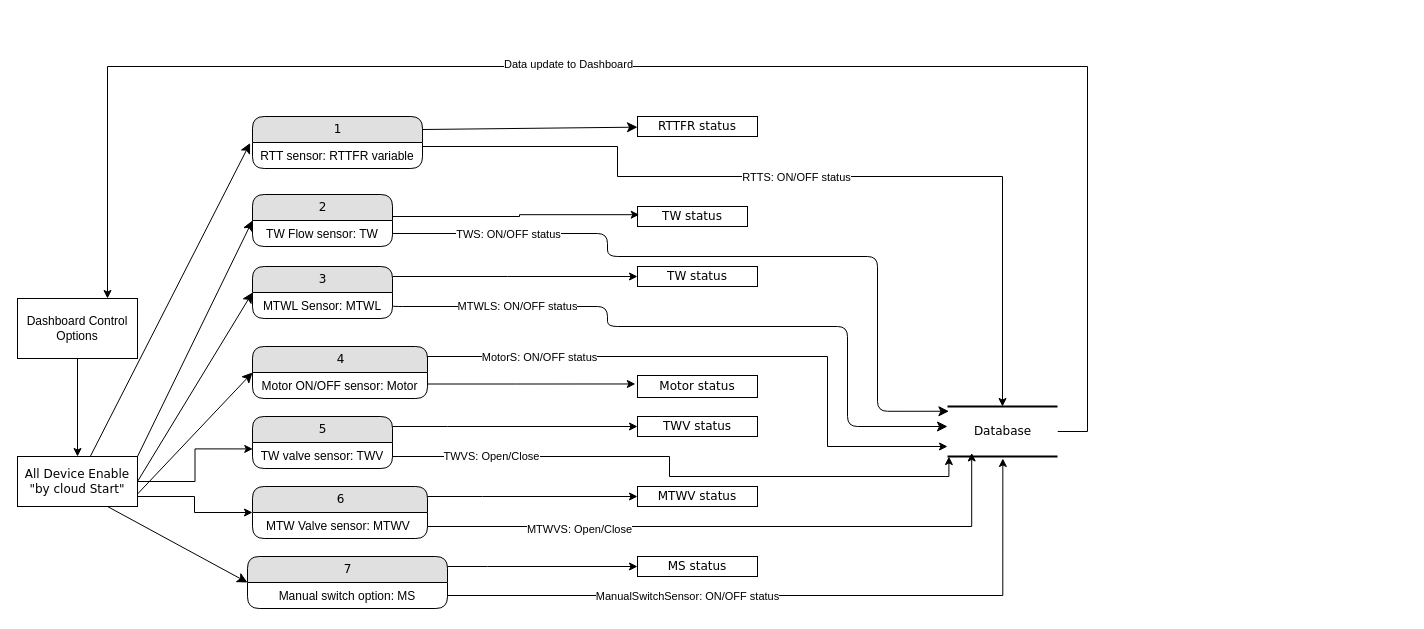
The draw.io diagram HydroSense IoT.drawio in ThorPandit/HydroSense-IoT, before the edit. Source tidied: cells renumbered, new cells numbered last; positions are measured from the earlier drawing's top-left corner, leaving out a move shared by most shapes. Both pictures are drawn from the tidied source at 100%, with x=0, y=0 at pixel (17, 66).
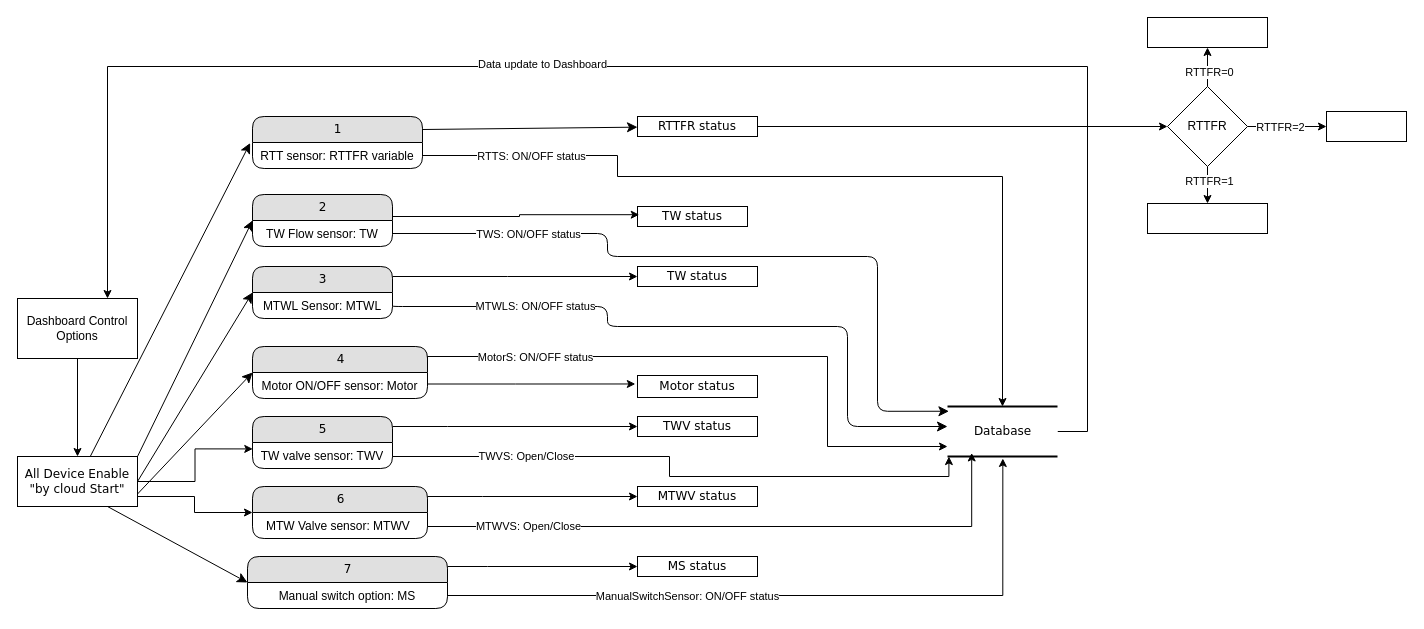
The same diagram, later.

Unchanged cells that the change refers to:
```xml
<mxCell id="2" style="edgeStyle=orthogonalEdgeStyle;rounded=0;jettySize=auto;html=1;entryX=0.75;entryY=0;entryDx=0;entryDy=0;" parent="1" edge="1" source="4" target="37">
  <mxGeometry relative="1" as="geometry">
    <Array as="points">
      <mxPoint x="1070" y="365" />
      <mxPoint x="1070" />
      <mxPoint x="90" />
    </Array>
  </mxGeometry>
</mxCell>
<mxCell id="4" value="Database" style="html=1;rounded=0;shadow=0;comic=0;labelBackgroundColor=none;strokeWidth=2;fontFamily=Verdana;fontSize=12;align=center;shape=mxgraph.ios7ui.horLines;" parent="1" vertex="1">
  <mxGeometry x="930" y="340" width="110" height="50" as="geometry" />
</mxCell>
<mxCell id="5" value="RTTFR status" style="whiteSpace=wrap;html=1;rounded=0;shadow=0;comic=0;labelBackgroundColor=none;strokeWidth=1;fontFamily=Verdana;fontSize=12;align=center;" parent="1" vertex="1">
  <mxGeometry x="620" y="50" width="120" height="20" as="geometry" />
</mxCell>
<mxCell id="11" value="RTT sensor: RTTFR variable" style="text;html=1;strokeColor=none;fillColor=none;spacingLeft=4;spacingRight=4;whiteSpace=wrap;overflow=hidden;points=[[0,0.5],[1,0.5]];portConstraint=eastwest;align=center;" parent="10" vertex="1">
  <mxGeometry y="26" width="170" height="26" as="geometry" />
</mxCell>
<mxCell id="26" style="edgeStyle=orthogonalEdgeStyle;html=1;labelBackgroundColor=none;startFill=0;startSize=8;endFill=1;endSize=8;fontFamily=Verdana;fontSize=12;exitX=1;exitY=0.5;exitDx=0;exitDy=0;entryX=0.013;entryY=0.095;entryDx=0;entryDy=0;entryPerimeter=0;" parent="1" edge="1" source="13" target="4">
  <mxGeometry relative="1" as="geometry">
    <Array as="points">
      <mxPoint x="590" y="167" />
      <mxPoint x="590" y="190" />
      <mxPoint x="860" y="190" />
      <mxPoint x="860" y="345" />
    </Array>
  </mxGeometry>
</mxCell>
<mxCell id="28" style="edgeStyle=orthogonalEdgeStyle;html=1;labelBackgroundColor=none;startFill=0;startSize=8;endFill=1;endSize=8;fontFamily=Verdana;fontSize=12;exitX=1;exitY=0.5;exitDx=0;exitDy=0;entryX=0;entryY=0.4;entryDx=0;entryDy=0;entryPerimeter=0;" parent="1" edge="1" source="17" target="4">
  <mxGeometry relative="1" as="geometry">
    <Array as="points">
      <mxPoint x="375" y="240" />
      <mxPoint x="590" y="240" />
      <mxPoint x="590" y="260" />
      <mxPoint x="830" y="260" />
      <mxPoint x="830" y="360" />
    </Array>
  </mxGeometry>
</mxCell>
<mxCell id="32" style="edgeStyle=orthogonalEdgeStyle;rounded=0;jettySize=auto;html=1;exitX=1;exitY=0.25;exitDx=0;exitDy=0;" parent="1" edge="1" source="19" target="4">
  <mxGeometry relative="1" as="geometry">
    <Array as="points">
      <mxPoint x="410" y="290" />
      <mxPoint x="810" y="290" />
      <mxPoint x="810" y="380" />
    </Array>
  </mxGeometry>
</mxCell>
<mxCell id="47" style="edgeStyle=orthogonalEdgeStyle;rounded=0;jettySize=auto;html=1;entryX=0.013;entryY=1.001;entryDx=0;entryDy=0;entryPerimeter=0;" parent="1" edge="1" source="42" target="4">
  <mxGeometry relative="1" as="geometry">
    <Array as="points">
      <mxPoint x="652" y="390" />
      <mxPoint x="652" y="410" />
      <mxPoint x="931" y="410" />
    </Array>
  </mxGeometry>
</mxCell>
<mxCell id="54" style="edgeStyle=orthogonalEdgeStyle;rounded=0;jettySize=auto;html=1;entryX=0.22;entryY=0.929;entryDx=0;entryDy=0;entryPerimeter=0;" parent="1" edge="1" source="44" target="4">
  <mxGeometry relative="1" as="geometry">
    <Array as="points">
      <mxPoint x="954" y="460" />
    </Array>
  </mxGeometry>
</mxCell>
```

Diff of the diagram source:
```diff
@@
     <mxCell id="3" value="Data update to Dashboard" style="edgeLabel;html=1;align=center;verticalAlign=middle;" parent="2" vertex="1">
       <mxGeometry x="-0.51" y="1" relative="1" as="geometry">
-        <mxPoint x="-519" y="-4" as="offset" />
+        <mxPoint x="-545" y="-4" as="offset" />
       </mxGeometry>
     </mxCell>
@@
+    <mxCell id="57" style="edgeStyle=orthogonalEdgeStyle;rounded=0;jettySize=auto;html=1;entryX=0;entryY=0.5;entryDx=0;entryDy=0;" parent="1" edge="1" source="5" target="64">
+      <mxGeometry relative="1" as="geometry" />
+    </mxCell>
@@
     <mxCell id="27" value="TWS: ON/OFF status" style="edgeLabel;html=1;align=center;verticalAlign=middle;" parent="26" vertex="1">
       <mxGeometry x="0.13" y="1" relative="1" as="geometry">
-        <mxPoint x="-277" y="-22" as="offset" />
+        <mxPoint x="-257" y="-22" as="offset" />
       </mxGeometry>
     </mxCell>
@@
     <mxCell id="29" value="MTWLS: ON/OFF status" style="edgeLabel;html=1;align=center;verticalAlign=middle;" parent="28" vertex="1">
       <mxGeometry x="-0.15" y="-2" relative="1" as="geometry">
-        <mxPoint x="-142" y="-23" as="offset" />
+        <mxPoint x="-124" y="-23" as="offset" />
       </mxGeometry>
     </mxCell>
     <mxCell id="30" style="edgeStyle=orthogonalEdgeStyle;rounded=0;jettySize=auto;html=1;exitX=1;exitY=0.5;exitDx=0;exitDy=0;" parent="1" edge="1" source="11" target="4">
       <mxGeometry relative="1" as="geometry">
         <Array as="points">
-          <mxPoint x="405" y="80" />
-          <mxPoint x="600" y="80" />
+          <mxPoint x="600" y="89" />
           <mxPoint x="600" y="110" />
           <mxPoint x="985" y="110" />
         </Array>
       </mxGeometry>
     </mxCell>
     <mxCell id="31" value="RTTS: ON/OFF status" style="edgeLabel;html=1;align=center;verticalAlign=middle;" parent="30" vertex="1">
       <mxGeometry x="-0.03" y="3" relative="1" as="geometry">
-        <mxPoint y="3" as="offset" />
+        <mxPoint x="-274" y="-18" as="offset" />
       </mxGeometry>
     </mxCell>
@@
     <mxCell id="33" value="MotorS: ON/OFF status" style="edgeLabel;html=1;align=center;verticalAlign=middle;" parent="32" vertex="1">
       <mxGeometry x="-0.26" y="-2" relative="1" as="geometry">
-        <mxPoint x="-113" y="-2" as="offset" />
+        <mxPoint x="-117" y="-2" as="offset" />
       </mxGeometry>
     </mxCell>
@@
     <mxCell id="48" value="TWVS: Open/Close" style="edgeLabel;html=1;align=center;verticalAlign=middle;" parent="47" vertex="1">
-      <mxGeometry x="-0.67" y="1" relative="1" as="geometry" />
+      <mxGeometry x="-0.67" y="1" relative="1" as="geometry">
+        <mxPoint x="35" as="offset" />
+      </mxGeometry>
     </mxCell>
@@
     <mxCell id="55" value="MTWVS: Open/Close" style="edgeLabel;html=1;align=center;verticalAlign=middle;" parent="54" vertex="1">
-      <mxGeometry x="-0.51" y="-2" relative="1" as="geometry" />
+      <mxGeometry x="-0.51" y="-2" relative="1" as="geometry">
+        <mxPoint x="-51" y="-3" as="offset" />
+      </mxGeometry>
     </mxCell>
@@
+    <mxCell id="58" style="edgeStyle=orthogonalEdgeStyle;rounded=0;jettySize=auto;html=1;" parent="1" edge="1" source="64" target="65">
+      <mxGeometry relative="1" as="geometry" />
+    </mxCell>
+    <mxCell id="59" value="RTTFR=1" style="edgeLabel;html=1;align=center;verticalAlign=middle;" parent="58" vertex="1">
+      <mxGeometry x="0.11" y="1" relative="1" as="geometry">
+        <mxPoint y="-4" as="offset" />
+      </mxGeometry>
+    </mxCell>
+    <mxCell id="60" style="edgeStyle=orthogonalEdgeStyle;rounded=0;jettySize=auto;html=1;" parent="1" edge="1" source="64" target="66">
+      <mxGeometry relative="1" as="geometry" />
+    </mxCell>
+    <mxCell id="61" value="RTTFR=2" style="edgeLabel;html=1;align=center;verticalAlign=middle;" parent="60" vertex="1">
+      <mxGeometry x="-0.2" y="-2" relative="1" as="geometry">
+        <mxPoint y="-2" as="offset" />
+      </mxGeometry>
+    </mxCell>
+    <mxCell id="62" style="edgeStyle=orthogonalEdgeStyle;rounded=0;jettySize=auto;html=1;" parent="1" edge="1" source="64" target="67">
+      <mxGeometry relative="1" as="geometry" />
+    </mxCell>
+    <mxCell id="63" value="RTTFR=0" style="edgeLabel;html=1;align=center;verticalAlign=middle;" parent="62" vertex="1">
+      <mxGeometry x="-0.25" y="-1" relative="1" as="geometry" />
+    </mxCell>
+    <mxCell id="64" value="RTTFR" style="rhombus;whiteSpace=wrap;html=1;" parent="1" vertex="1">
+      <mxGeometry x="1150" y="20" width="80" height="80" as="geometry" />
+    </mxCell>
+    <mxCell id="65" style="rounded=0;whiteSpace=wrap;html=1;" parent="1" vertex="1">
+      <mxGeometry x="1130" y="137" width="120" height="30" as="geometry" />
+    </mxCell>
+    <mxCell id="66" style="rounded=0;whiteSpace=wrap;html=1;" parent="1" vertex="1">
+      <mxGeometry x="1309" y="45" width="80" height="30" as="geometry" />
+    </mxCell>
+    <mxCell id="67" style="rounded=0;whiteSpace=wrap;html=1;" parent="1" vertex="1">
+      <mxGeometry x="1130" y="-49" width="120" height="30" as="geometry" />
+    </mxCell>
```
